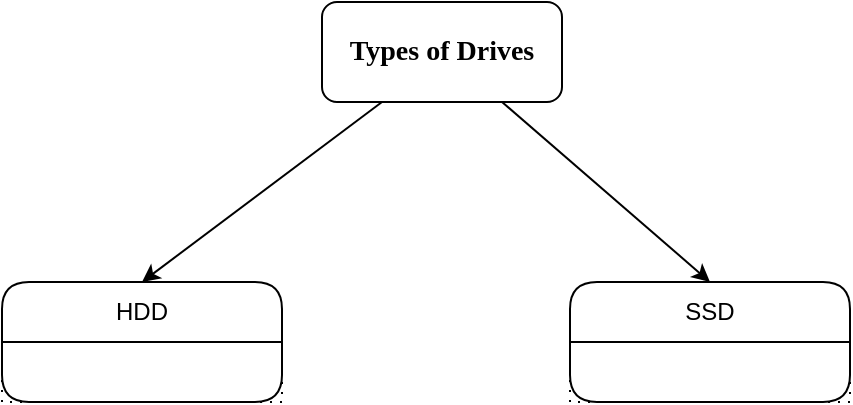
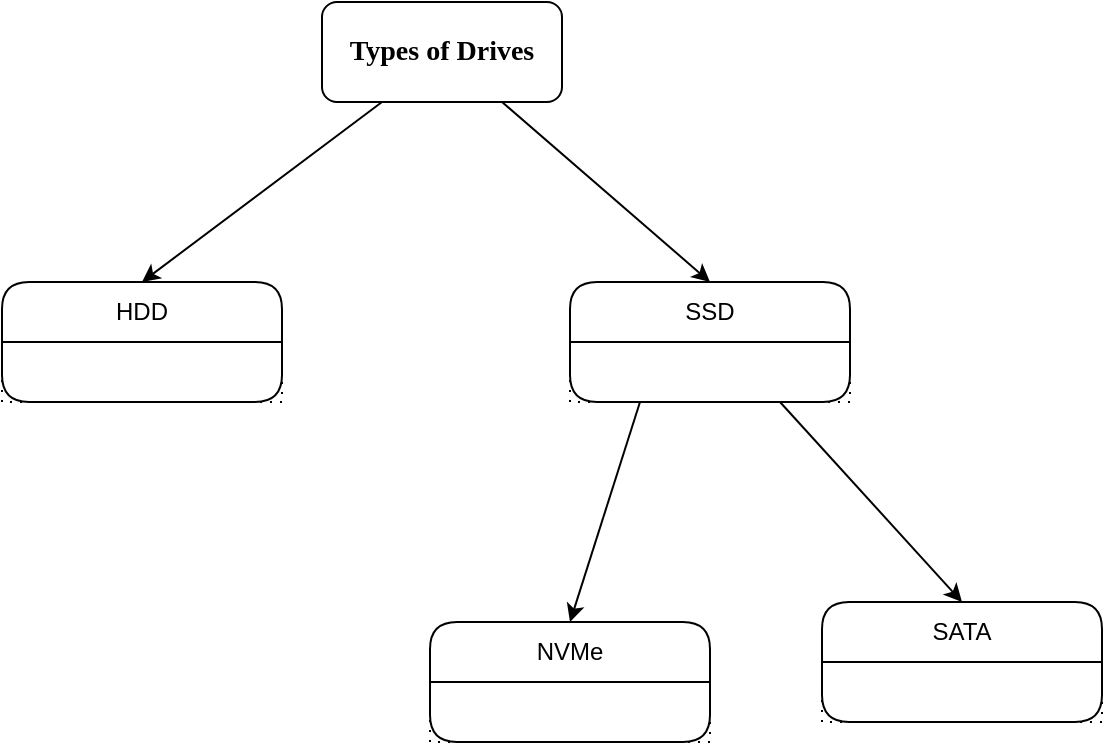
<mxfile host="65bd71144e">
    <diagram id="p4hhpQ8sJvAbex9G-tX1" name="Page-1">
-         <mxGraphModel dx="832" dy="475" grid="1" gridSize="10" guides="1" tooltips="1" connect="1" arrows="1" fold="1" page="1" pageScale="1" pageWidth="827" pageHeight="1169" background="#ffffff" math="0" shadow="0">
+         <mxGraphModel dx="630" dy="475" grid="1" gridSize="10" guides="1" tooltips="1" connect="1" arrows="1" fold="1" page="1" pageScale="1" pageWidth="827" pageHeight="1169" background="#ffffff" math="0" shadow="0">
            <root>
                <mxCell id="0"/>
                <mxCell id="1" parent="0"/>
-                 <mxCell id="9" style="edgeStyle=none;html=1;exitX=0.25;exitY=1;exitDx=0;exitDy=0;entryX=0.5;entryY=0;entryDx=0;entryDy=0;" edge="1" parent="1" source="2" target="3">
+                 <mxCell id="9" style="edgeStyle=none;html=1;exitX=0.25;exitY=1;exitDx=0;exitDy=0;entryX=0.5;entryY=0;entryDx=0;entryDy=0;" parent="1" source="2" target="3" edge="1">
                    <mxGeometry relative="1" as="geometry"/>
                </mxCell>
-                 <mxCell id="10" style="edgeStyle=none;html=1;exitX=0.75;exitY=1;exitDx=0;exitDy=0;entryX=0.5;entryY=0;entryDx=0;entryDy=0;" edge="1" parent="1" source="2" target="7">
+                 <mxCell id="10" style="edgeStyle=none;html=1;exitX=0.75;exitY=1;exitDx=0;exitDy=0;entryX=0.5;entryY=0;entryDx=0;entryDy=0;" parent="1" source="2" target="7" edge="1">
                    <mxGeometry relative="1" as="geometry"/>
                </mxCell>
-                 <mxCell id="2" value="&lt;b&gt;&lt;font style=&quot;font-size: 14px;&quot; face=&quot;Tahoma&quot;&gt;Types of Drives&lt;/font&gt;&lt;/b&gt;" style="rounded=1;whiteSpace=wrap;html=1;" vertex="1" parent="1">
+                 <mxCell id="2" value="&lt;b&gt;&lt;font style=&quot;font-size: 14px;&quot; face=&quot;Tahoma&quot;&gt;Types of Drives&lt;/font&gt;&lt;/b&gt;" style="rounded=1;whiteSpace=wrap;html=1;" parent="1" vertex="1">
                    <mxGeometry x="220" y="110" width="120" height="50" as="geometry"/>
                </mxCell>
-                 <mxCell id="3" value="HDD" style="swimlane;fontStyle=0;childLayout=stackLayout;horizontal=1;startSize=30;horizontalStack=0;resizeParent=1;resizeParentMax=0;resizeLast=0;collapsible=1;marginBottom=0;whiteSpace=wrap;html=1;rounded=1;" vertex="1" parent="1">
+                 <mxCell id="3" value="HDD" style="swimlane;fontStyle=0;childLayout=stackLayout;horizontal=1;startSize=30;horizontalStack=0;resizeParent=1;resizeParentMax=0;resizeLast=0;collapsible=1;marginBottom=0;whiteSpace=wrap;html=1;rounded=1;" parent="1" vertex="1">
                    <mxGeometry x="60" y="250" width="140" height="60" as="geometry"/>
                </mxCell>
-                 <mxCell id="4" value="" style="text;strokeColor=default;fillColor=none;align=left;verticalAlign=middle;spacingLeft=4;spacingRight=4;overflow=hidden;points=[[0,0.5],[1,0.5]];portConstraint=eastwest;rotatable=0;whiteSpace=wrap;html=1;dashed=1;dashPattern=1 4;" vertex="1" parent="3">
+                 <mxCell id="4" value="" style="text;strokeColor=default;fillColor=none;align=left;verticalAlign=middle;spacingLeft=4;spacingRight=4;overflow=hidden;points=[[0,0.5],[1,0.5]];portConstraint=eastwest;rotatable=0;whiteSpace=wrap;html=1;dashed=1;dashPattern=1 4;" parent="3" vertex="1">
                    <mxGeometry y="30" width="140" height="30" as="geometry"/>
                </mxCell>
-                 <mxCell id="7" value="SSD" style="swimlane;fontStyle=0;childLayout=stackLayout;horizontal=1;startSize=30;horizontalStack=0;resizeParent=1;resizeParentMax=0;resizeLast=0;collapsible=1;marginBottom=0;whiteSpace=wrap;html=1;rounded=1;" vertex="1" parent="1">
-                     <mxGeometry x="344" y="250" width="140" height="60" as="geometry"/>
+                 <mxCell id="13" style="edgeStyle=none;html=1;exitX=0.25;exitY=1;exitDx=0;exitDy=0;entryX=0.5;entryY=0;entryDx=0;entryDy=0;" edge="1" parent="1" source="7" target="11">
+                     <mxGeometry relative="1" as="geometry"/>
                </mxCell>
-                 <mxCell id="8" value="" style="text;strokeColor=default;fillColor=none;align=left;verticalAlign=middle;spacingLeft=4;spacingRight=4;overflow=hidden;points=[[0,0.5],[1,0.5]];portConstraint=eastwest;rotatable=0;whiteSpace=wrap;html=1;dashed=1;dashPattern=1 4;" vertex="1" parent="7">
+                 <mxCell id="16" style="edgeStyle=none;html=1;exitX=0.75;exitY=1;exitDx=0;exitDy=0;entryX=0.5;entryY=0;entryDx=0;entryDy=0;" edge="1" parent="1" source="7" target="14">
+                     <mxGeometry relative="1" as="geometry"/>
+                 </mxCell>
+                 <mxCell id="7" value="SSD" style="swimlane;fontStyle=0;childLayout=stackLayout;horizontal=1;startSize=30;horizontalStack=0;resizeParent=1;resizeParentMax=0;resizeLast=0;collapsible=1;marginBottom=0;whiteSpace=wrap;html=1;rounded=1;" parent="1" vertex="1">
+                     <mxGeometry x="344" y="250" width="140" height="60" as="geometry">
+                         <mxRectangle x="344" y="250" width="70" height="30" as="alternateBounds"/>
+                     </mxGeometry>
+                 </mxCell>
+                 <mxCell id="8" value="" style="text;strokeColor=default;fillColor=none;align=left;verticalAlign=middle;spacingLeft=4;spacingRight=4;overflow=hidden;points=[[0,0.5],[1,0.5]];portConstraint=eastwest;rotatable=0;whiteSpace=wrap;html=1;dashed=1;dashPattern=1 4;" parent="7" vertex="1">
+                     <mxGeometry y="30" width="140" height="30" as="geometry"/>
+                 </mxCell>
+                 <mxCell id="11" value="NVMe" style="swimlane;fontStyle=0;childLayout=stackLayout;horizontal=1;startSize=30;horizontalStack=0;resizeParent=1;resizeParentMax=0;resizeLast=0;collapsible=1;marginBottom=0;whiteSpace=wrap;html=1;rounded=1;" vertex="1" parent="1">
+                     <mxGeometry x="274" y="420" width="140" height="60" as="geometry"/>
+                 </mxCell>
+                 <mxCell id="12" value="" style="text;strokeColor=default;fillColor=none;align=left;verticalAlign=middle;spacingLeft=4;spacingRight=4;overflow=hidden;points=[[0,0.5],[1,0.5]];portConstraint=eastwest;rotatable=0;whiteSpace=wrap;html=1;dashed=1;dashPattern=1 4;" vertex="1" parent="11">
+                     <mxGeometry y="30" width="140" height="30" as="geometry"/>
+                 </mxCell>
+                 <mxCell id="14" value="SATA" style="swimlane;fontStyle=0;childLayout=stackLayout;horizontal=1;startSize=30;horizontalStack=0;resizeParent=1;resizeParentMax=0;resizeLast=0;collapsible=1;marginBottom=0;whiteSpace=wrap;html=1;rounded=1;" vertex="1" parent="1">
+                     <mxGeometry x="470" y="410" width="140" height="60" as="geometry"/>
+                 </mxCell>
+                 <mxCell id="15" value="" style="text;strokeColor=default;fillColor=none;align=left;verticalAlign=middle;spacingLeft=4;spacingRight=4;overflow=hidden;points=[[0,0.5],[1,0.5]];portConstraint=eastwest;rotatable=0;whiteSpace=wrap;html=1;dashed=1;dashPattern=1 4;" vertex="1" parent="14">
                    <mxGeometry y="30" width="140" height="30" as="geometry"/>
                </mxCell>
            </root>
        </mxGraphModel>
    </diagram>
</mxfile>